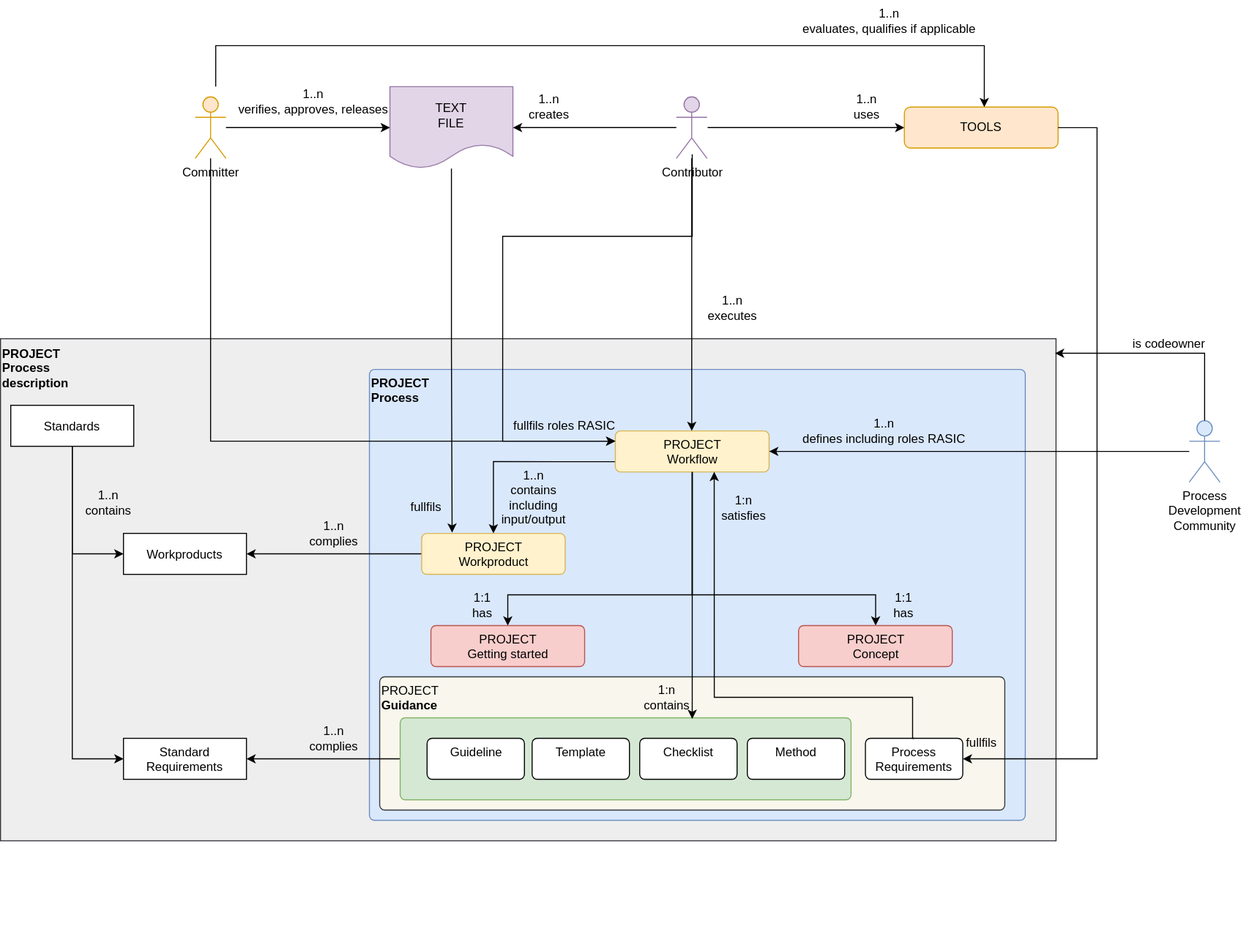
Before: main/_images/score_process_model.drawio.svg, a diagram exported from draw.io (eclipse-score/process_description). Source tidied: cells renumbered, new cells last; positions are measured from the earlier drawing's top-left corner, leaving out a move shared by most shapes.
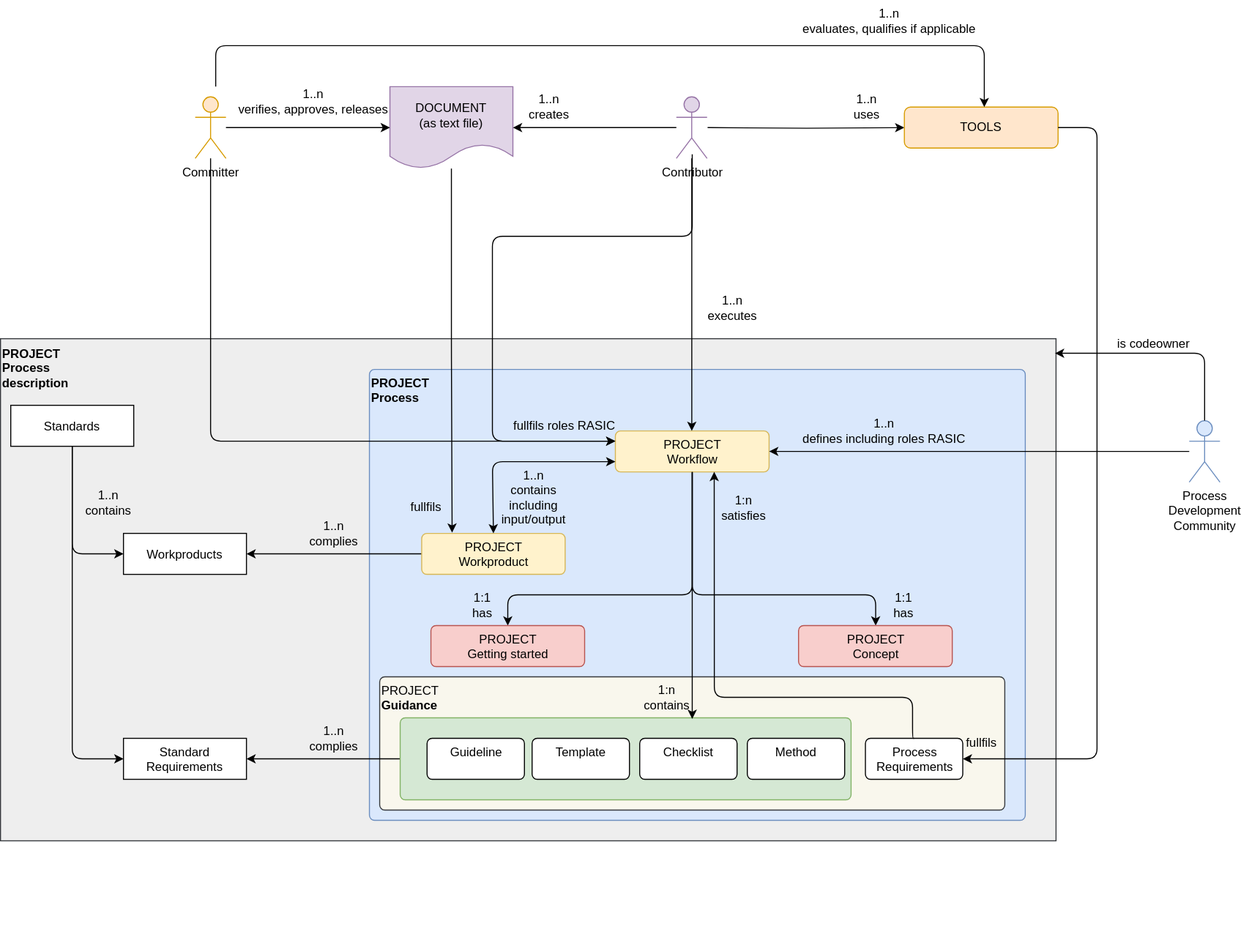
Above is the later version.

What changed in the source:
```diff
@@ -8,10 +8,10 @@
     <mxCell id="3" value="PROJECT&lt;br&gt;Process" style="html=1;align=left;verticalAlign=top;rounded=1;absoluteArcSize=1;arcSize=10;dashed=0;fillColor=#dae8fc;strokeColor=#6c8ebf;fontStyle=1;" parent="1" vertex="1">
       <mxGeometry x="360" y="360" width="640" height="440" as="geometry" />
     </mxCell>
-    <mxCell id="4" style="edgeStyle=orthogonalEdgeStyle;rounded=0;jettySize=auto;html=1;entryX=0;entryY=0.5;entryDx=0;entryDy=0;" parent="1" edge="1" source="6" target="7">
+    <mxCell id="4" style="edgeStyle=orthogonalEdgeStyle;rounded=1;jettySize=auto;html=1;entryX=0;entryY=0.5;entryDx=0;entryDy=0;curved=0;" parent="1" edge="1" source="6" target="7">
       <mxGeometry relative="1" as="geometry" />
     </mxCell>
-    <mxCell id="5" style="edgeStyle=orthogonalEdgeStyle;rounded=0;jettySize=auto;html=1;entryX=0;entryY=0.5;entryDx=0;entryDy=0;" parent="1" edge="1" source="6" target="8">
+    <mxCell id="5" style="edgeStyle=orthogonalEdgeStyle;rounded=1;jettySize=auto;html=1;entryX=0;entryY=0.5;entryDx=0;entryDy=0;curved=0;" parent="1" edge="1" source="6" target="8">
       <mxGeometry relative="1" as="geometry" />
     </mxCell>
     <mxCell id="6" value="Standards" style="fontStyle=0;" parent="1" vertex="1">
@@ -26,14 +26,7 @@
     <mxCell id="9" value="1..n&lt;br&gt;contains" style="text;html=1;align=center;verticalAlign=middle;strokeColor=none;fillColor=none;" parent="1" vertex="1">
       <mxGeometry x="70" y="470" width="70" height="40" as="geometry" />
     </mxCell>
-    <mxCell id="10" style="edgeStyle=orthogonalEdgeStyle;rounded=0;jettySize=auto;html=1;entryX=0.5;entryY=0;entryDx=0;entryDy=0;startArrow=none;startFill=0;endArrow=classic;endFill=1;exitX=0;exitY=0.75;exitDx=0;exitDy=0;" parent="1" edge="1" source="13" target="17">
-      <mxGeometry relative="1" as="geometry">
-        <Array as="points">
-          <mxPoint x="481" y="450" />
-        </Array>
-      </mxGeometry>
-    </mxCell>
-    <mxCell id="11" style="edgeStyle=orthogonalEdgeStyle;rounded=0;jettySize=auto;html=1;startArrow=none;startFill=0;endArrow=classic;endFill=1;" parent="1" edge="1" source="13" target="44">
+    <mxCell id="11" style="edgeStyle=orthogonalEdgeStyle;rounded=1;jettySize=auto;html=1;startArrow=none;startFill=0;endArrow=classic;endFill=1;curved=0;" parent="1" edge="1" source="13" target="44">
       <mxGeometry relative="1" as="geometry">
         <Array as="points">
           <mxPoint x="675" y="580" />
@@ -41,7 +34,7 @@
         </Array>
       </mxGeometry>
     </mxCell>
-    <mxCell id="12" style="edgeStyle=orthogonalEdgeStyle;rounded=0;jettySize=auto;html=1;entryX=0.5;entryY=0;entryDx=0;entryDy=0;startArrow=none;startFill=0;endArrow=classic;endFill=1;" parent="1" edge="1" source="13" target="45">
+    <mxCell id="12" style="edgeStyle=orthogonalEdgeStyle;rounded=1;jettySize=auto;html=1;entryX=0.5;entryY=0;entryDx=0;entryDy=0;startArrow=none;startFill=0;endArrow=classic;endFill=1;curved=0;" parent="1" edge="1" source="13" target="45">
       <mxGeometry relative="1" as="geometry">
         <Array as="points">
           <mxPoint x="675" y="580" />
@@ -90,10 +83,10 @@
         </Array>
       </mxGeometry>
     </mxCell>
-    <mxCell id="25" style="edgeStyle=orthogonalEdgeStyle;rounded=0;jettySize=auto;html=1;entryX=0.212;entryY=-0.018;entryDx=0;entryDy=0;entryPerimeter=0;" parent="1" edge="1" source="26" target="17">
+    <mxCell id="25" style="edgeStyle=orthogonalEdgeStyle;rounded=1;jettySize=auto;html=1;entryX=0.212;entryY=-0.018;entryDx=0;entryDy=0;entryPerimeter=0;curved=0;" parent="1" edge="1" source="26" target="17">
       <mxGeometry relative="1" as="geometry" />
     </mxCell>
-    <mxCell id="26" value="TEXT&lt;br&gt;FILE" style="shape=document;whiteSpace=wrap;html=1;boundedLbl=1;fillColor=#e1d5e7;strokeColor=#9673a6;" parent="1" vertex="1">
+    <mxCell id="26" value="DOCUMENT&lt;br&gt;(as text file)" style="shape=document;whiteSpace=wrap;html=1;boundedLbl=1;fillColor=#e1d5e7;strokeColor=#9673a6;" parent="1" vertex="1">
       <mxGeometry x="380" y="84" width="120" height="80" as="geometry" />
     </mxCell>
     <mxCell id="27" style="edgeStyle=orthogonalEdgeStyle;rounded=0;jettySize=auto;html=1;" parent="1" edge="1" source="28" target="26">
@@ -128,7 +121,7 @@
     <mxCell id="36" value="fullfils" style="text;html=1;align=center;verticalAlign=middle;strokeColor=none;fillColor=none;" parent="1" vertex="1">
       <mxGeometry x="932" y="710" width="50" height="30" as="geometry" />
     </mxCell>
-    <mxCell id="37" style="edgeStyle=orthogonalEdgeStyle;rounded=0;orthogonalLoop=1;jettySize=auto;html=1;endArrow=classic;endFill=1;startArrow=none;startFill=0;" parent="1" edge="1">
+    <mxCell id="37" style="edgeStyle=orthogonalEdgeStyle;rounded=1;orthogonalLoop=1;jettySize=auto;html=1;endArrow=classic;endFill=1;startArrow=none;startFill=0;curved=0;" parent="1" edge="1">
       <mxGeometry relative="1" as="geometry">
         <mxPoint x="210" y="84" as="sourcePoint" />
         <mxPoint x="960" y="104" as="targetPoint" />
@@ -144,7 +137,7 @@
     <mxCell id="39" value="Committer" style="shape=umlActor;verticalLabelPosition=bottom;verticalAlign=top;html=1;outlineConnect=0;fillColor=#ffe6cc;strokeColor=#d79b00;" parent="1" vertex="1">
       <mxGeometry x="190" y="94" width="30" height="60" as="geometry" />
     </mxCell>
-    <mxCell id="40" style="edgeStyle=orthogonalEdgeStyle;rounded=0;jettySize=auto;html=1;startArrow=none;startFill=0;endArrow=classic;endFill=1;entryX=0;entryY=0.25;entryDx=0;entryDy=0;" parent="1" edge="1" source="39" target="13">
+    <mxCell id="40" style="edgeStyle=orthogonalEdgeStyle;rounded=1;jettySize=auto;html=1;startArrow=none;startFill=0;endArrow=classic;endFill=1;entryX=0;entryY=0.25;entryDx=0;entryDy=0;curved=0;" parent="1" edge="1" source="39" target="13">
       <mxGeometry relative="1" as="geometry">
         <Array as="points">
           <mxPoint x="205" y="430" />
@@ -157,13 +150,13 @@
     <mxCell id="42" value="fullfils roles RASIC" style="text;html=1;align=center;verticalAlign=middle;strokeColor=none;fillColor=none;" parent="1" vertex="1">
       <mxGeometry x="490" y="400" width="120" height="30" as="geometry" />
     </mxCell>
-    <mxCell id="43" style="edgeStyle=orthogonalEdgeStyle;rounded=0;jettySize=auto;html=1;entryX=0;entryY=0.25;entryDx=0;entryDy=0;" parent="1" edge="1" target="13">
+    <mxCell id="43" style="edgeStyle=orthogonalEdgeStyle;rounded=1;jettySize=auto;html=1;entryX=0;entryY=0.25;entryDx=0;entryDy=0;curved=0;" parent="1" edge="1" target="13">
       <mxGeometry relative="1" as="geometry">
         <mxPoint x="675" y="150" as="sourcePoint" />
         <Array as="points">
           <mxPoint x="675" y="230" />
-          <mxPoint x="490" y="230" />
-          <mxPoint x="490" y="430" />
+          <mxPoint x="480" y="230" />
+          <mxPoint x="480" y="430" />
         </Array>
       </mxGeometry>
     </mxCell>
@@ -182,7 +175,7 @@
     <mxCell id="48" value="Process&lt;br&gt;Requirements" style="html=1;align=center;verticalAlign=top;rounded=1;absoluteArcSize=1;arcSize=10;dashed=0;" parent="1" vertex="1">
       <mxGeometry x="844" y="720" width="95" height="40" as="geometry" />
     </mxCell>
-    <mxCell id="49" style="edgeStyle=orthogonalEdgeStyle;rounded=0;jettySize=auto;html=1;entryX=1;entryY=0.5;entryDx=0;entryDy=0;startArrow=none;startFill=0;endArrow=classic;endFill=1;" parent="1" edge="1" source="35" target="48">
+    <mxCell id="49" style="edgeStyle=orthogonalEdgeStyle;rounded=1;jettySize=auto;html=1;entryX=1;entryY=0.5;entryDx=0;entryDy=0;startArrow=none;startFill=0;endArrow=classic;endFill=1;curved=0;" parent="1" edge="1" source="35" target="48">
       <mxGeometry relative="1" as="geometry">
         <Array as="points">
           <mxPoint x="1070" y="124" />
@@ -199,7 +192,7 @@
     <mxCell id="52" value="Guideline" style="html=1;align=center;verticalAlign=top;rounded=1;absoluteArcSize=1;arcSize=10;dashed=0;" parent="1" vertex="1">
       <mxGeometry x="416.2" y="720" width="95" height="40" as="geometry" />
     </mxCell>
-    <mxCell id="53" style="edgeStyle=orthogonalEdgeStyle;rounded=0;jettySize=auto;html=1;entryX=0.999;entryY=0.029;entryDx=0;entryDy=0;endArrow=classic;endFill=1;startArrow=none;startFill=0;entryPerimeter=0;exitX=0.5;exitY=0;exitDx=0;exitDy=0;exitPerimeter=0;" parent="1" edge="1" source="15" target="2">
+    <mxCell id="53" style="edgeStyle=orthogonalEdgeStyle;rounded=1;jettySize=auto;html=1;entryX=0.999;entryY=0.029;entryDx=0;entryDy=0;endArrow=classic;endFill=1;startArrow=none;startFill=0;entryPerimeter=0;exitX=0.5;exitY=0;exitDx=0;exitDy=0;exitPerimeter=0;curved=0;targetPerimeterSpacing=0;endSize=6;startSize=6;" parent="1" edge="1" source="15" target="2">
       <mxGeometry relative="1" as="geometry">
         <Array as="points">
           <mxPoint x="1175" y="344" />
@@ -207,7 +200,7 @@
       </mxGeometry>
     </mxCell>
     <mxCell id="54" value="is codeowner" style="text;html=1;align=center;verticalAlign=middle;strokeColor=none;fillColor=none;" parent="1" vertex="1">
-      <mxGeometry x="1095" y="320" width="90" height="30" as="geometry" />
+      <mxGeometry x="1080" y="320" width="90" height="30" as="geometry" />
     </mxCell>
     <mxCell id="55" style="edgeStyle=orthogonalEdgeStyle;rounded=0;jettySize=auto;html=1;exitX=0.5;exitY=1;exitDx=0;exitDy=0;" parent="1" edge="1" source="13">
       <mxGeometry relative="1" as="geometry">
@@ -226,7 +219,7 @@
     <mxCell id="58" value="1:n&lt;br&gt;contains" style="text;html=1;align=center;verticalAlign=middle;strokeColor=none;fillColor=none;" parent="1" vertex="1">
       <mxGeometry x="615" y="660" width="70" height="40" as="geometry" />
     </mxCell>
-    <mxCell id="59" style="edgeStyle=orthogonalEdgeStyle;rounded=0;jettySize=auto;html=1;exitX=0.5;exitY=0;exitDx=0;exitDy=0;entryX=0.643;entryY=0.999;entryDx=0;entryDy=0;entryPerimeter=0;" parent="1" edge="1" source="48" target="13">
+    <mxCell id="59" style="edgeStyle=orthogonalEdgeStyle;rounded=1;jettySize=auto;html=1;exitX=0.5;exitY=0;exitDx=0;exitDy=0;entryX=0.643;entryY=0.999;entryDx=0;entryDy=0;entryPerimeter=0;curved=0;" parent="1" edge="1" source="48" target="13">
       <mxGeometry relative="1" as="geometry">
         <Array as="points">
           <mxPoint x="890" y="720" />
@@ -238,5 +231,12 @@
     <mxCell id="60" value="1:n&lt;br&gt;satisfies" style="text;html=1;align=center;verticalAlign=middle;strokeColor=none;fillColor=none;" parent="1" vertex="1">
       <mxGeometry x="689.5" y="475" width="70" height="40" as="geometry" />
     </mxCell>
+    <mxCell id="61" style="endArrow=classic;startArrow=classic;html=1;entryX=0;entryY=0.75;entryDx=0;entryDy=0;exitX=0.5;exitY=0;exitDx=0;exitDy=0;" parent="1" edge="1" source="17" target="13">
+      <mxGeometry relative="1" as="geometry">
+        <Array as="points">
+          <mxPoint x="480" y="450" />
+        </Array>
+      </mxGeometry>
+    </mxCell>
   </root>
 </mxGraphModel>
```
